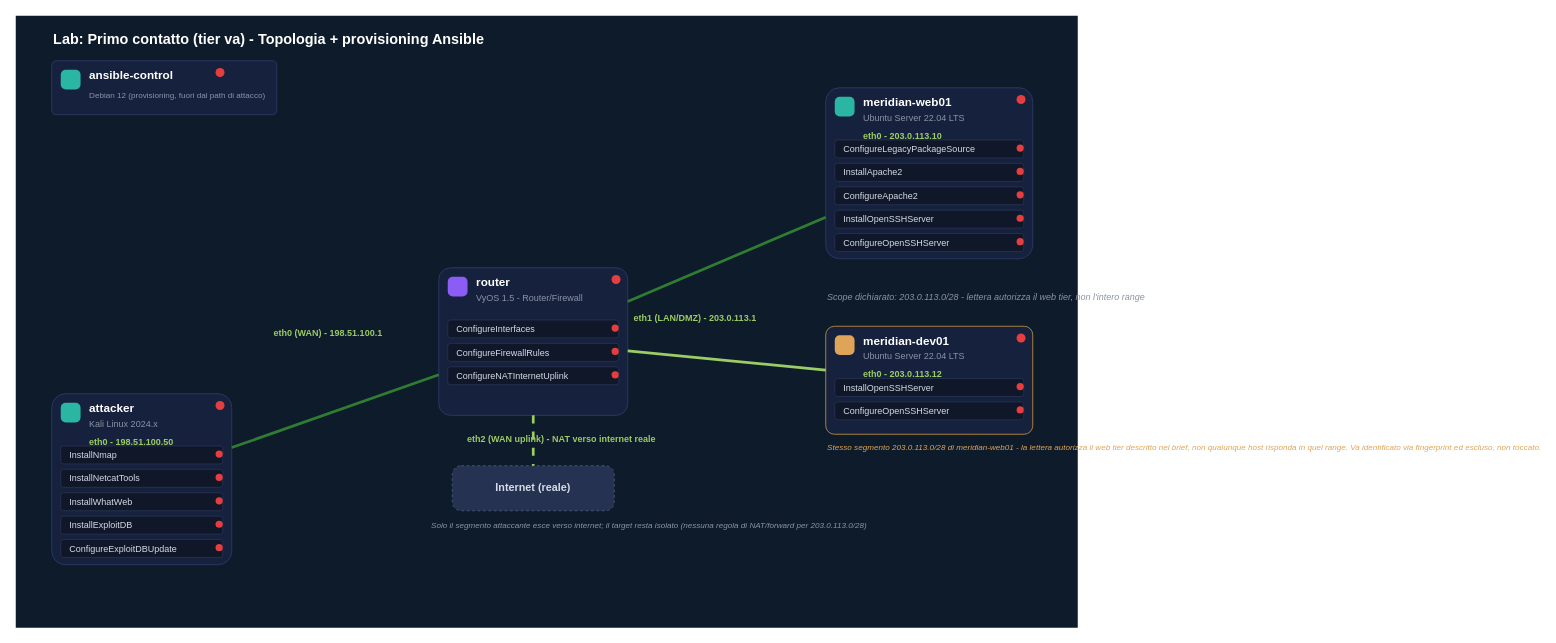
Earlier version of the draw.io diagram docs/labs/first-contact/first-contact-topology.drawio (leoleo1010/CPPT). Source tidied: cells renumbered, new cells numbered last; positions are measured from the earlier drawing's top-left corner, leaving out a move shared by most shapes. Both pictures are drawn from the tidied source at 90%, with x=0, y=0 at pixel (15, 15).
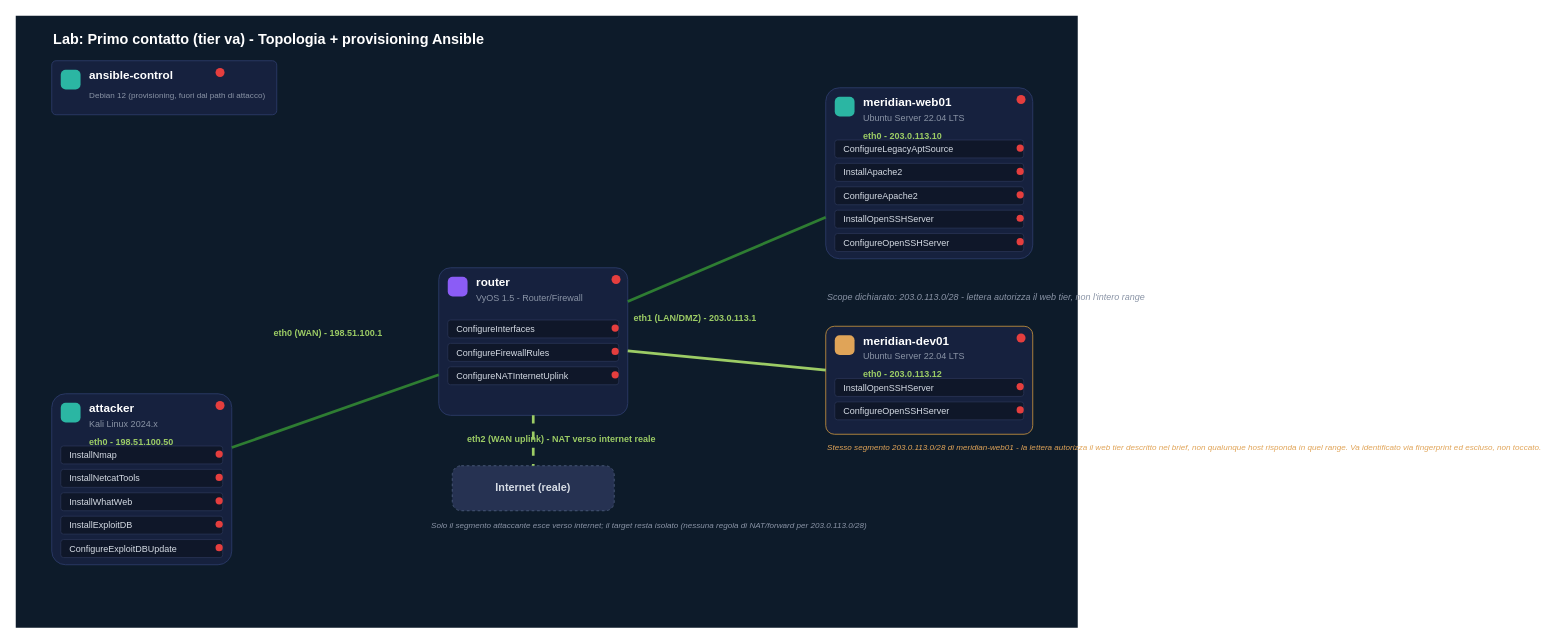
The same page after the edit.

Commit message (it also covers changes not shown here):
Rename ConfigureLegacyPackageSource to ConfigureLegacyAptSource

Diff of the diagram source:
```diff
@@
-    <mxCell id="41" value="ConfigureLegacyPackageSource" style="rounded=1;arcSize=15;whiteSpace=wrap;html=1;fillColor=#0F1729;strokeColor=#263252;fontColor=#D6DCE5;fontSize=10;align=left;spacingLeft=8;" parent="1" vertex="1">
+    <mxCell id="41" value="ConfigureLegacyAptSource" style="rounded=1;arcSize=15;whiteSpace=wrap;html=1;fillColor=#0F1729;strokeColor=#263252;fontColor=#D6DCE5;fontSize=10;align=left;spacingLeft=8;" parent="1" vertex="1">
       <mxGeometry x="910" y="138" width="210" height="20" as="geometry" />
     </mxCell>
```
